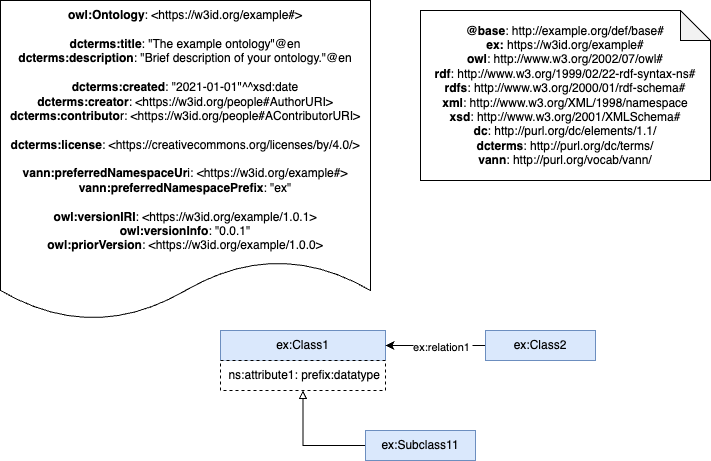
The draw.io diagram diagrams/diagram.png in STICS-UPM/Ontology-Metadata, before a commit. Source tidied: cells renumbered, new cells last; positions are measured from the earlier drawing's top-left corner, leaving out a move shared by most shapes.
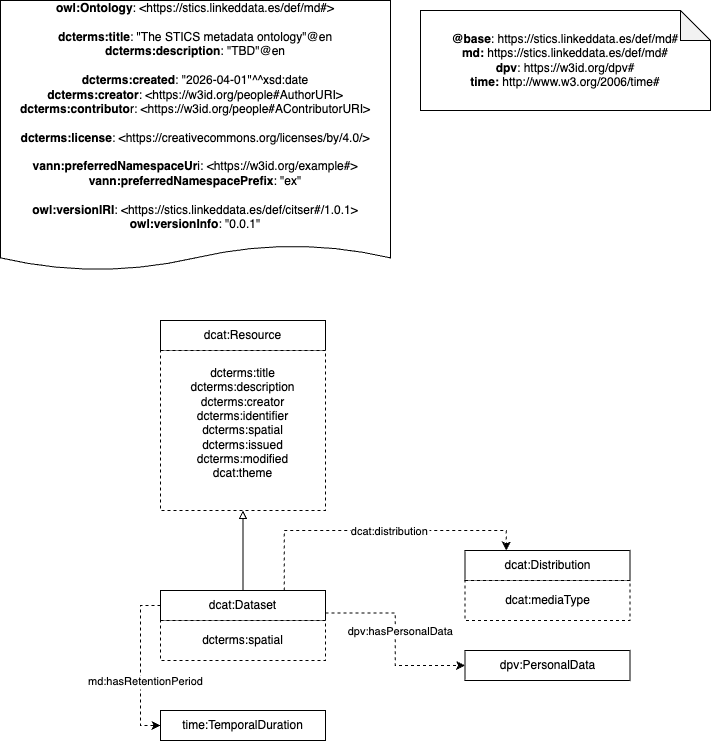
After the change.

Diff of the diagram source:
```diff
@@ -2,34 +2,62 @@
   <root>
     <mxCell id="0" />
     <mxCell id="1" parent="0" />
-    <mxCell id="2" value="ex:Class1" style="rounded=0;whiteSpace=wrap;html=1;fillColor=#dae8fc;strokeColor=#6c8ebf;" parent="1" vertex="1">
-      <mxGeometry x="220" y="330" width="165" height="30" as="geometry" />
+    <mxCell id="2" value="dcat:Resource" style="rounded=0;whiteSpace=wrap;html=1;" parent="1" vertex="1">
+      <mxGeometry x="160" y="320" width="165" height="30" as="geometry" />
     </mxCell>
-    <mxCell id="3" style="edgeStyle=orthogonalEdgeStyle;rounded=0;jettySize=auto;html=1;exitX=0;exitY=0.5;exitDx=0;exitDy=0;entryX=1;entryY=0.5;entryDx=0;entryDy=0;endArrow=classic;endFill=1;" parent="1" edge="1" source="5" target="2">
+    <mxCell id="3" style="edgeStyle=orthogonalEdgeStyle;rounded=0;jettySize=auto;html=1;entryX=0.5;entryY=1;entryDx=0;entryDy=0;endArrow=block;endFill=0;" parent="1" edge="1" source="7" target="4">
       <mxGeometry relative="1" as="geometry" />
     </mxCell>
-    <mxCell id="4" value="ex:relation1" style="edgeLabel;align=center;verticalAlign=middle;points=[];" parent="3" vertex="1">
-      <mxGeometry x="0.23" y="1" relative="1" as="geometry">
-        <mxPoint x="17" as="offset" />
-      </mxGeometry>
+    <mxCell id="4" value="dcterms:title&lt;div&gt;dcterms:description&lt;br&gt;&lt;/div&gt;&lt;div&gt;&lt;span style=&quot;background-color: initial;&quot;&gt;dcterms&lt;/span&gt;:creator&lt;/div&gt;&lt;div&gt;dcterms:identifier&lt;/div&gt;&lt;div&gt;dcterms:spatial&lt;/div&gt;&lt;div&gt;dcterms:issued&lt;/div&gt;&lt;div&gt;dcterms:modified&lt;/div&gt;&lt;div&gt;dcat:theme&lt;/div&gt;&lt;div&gt;&lt;br&gt;&lt;/div&gt;" style="rounded=0;whiteSpace=wrap;html=1;snapToPoint=1;points=[[0.1,0],[0.2,0],[0.3,0],[0.4,0],[0.5,0],[0.6,0],[0.7,0],[0.8,0],[0.9,0],[0,0.1],[0,0.3],[0,0.5],[0,0.7],[0,0.9],[0.1,1],[0.2,1],[0.3,1],[0.4,1],[0.5,1],[0.6,1],[0.7,1],[0.8,1],[0.9,1],[1,0.1],[1,0.3],[1,0.5],[1,0.7],[1,0.9]];dashed=1;" parent="1" vertex="1">
+      <mxGeometry x="160" y="350" width="165" height="160" as="geometry" />
     </mxCell>
-    <mxCell id="5" value="ex:Class2" style="rounded=0;whiteSpace=wrap;html=1;fillColor=#dae8fc;strokeColor=#6c8ebf;" parent="1" vertex="1">
-      <mxGeometry x="485" y="330" width="110" height="30" as="geometry" />
+    <mxCell id="5" value="&lt;div&gt;&lt;b style=&quot;border-color: var(--border-color);&quot;&gt;owl:Ontology&lt;/b&gt;: &amp;lt;https://stics.linkeddata.es/def/md#&amp;gt;&lt;b&gt;&lt;br&gt;&lt;/b&gt;&lt;/div&gt;&lt;div&gt;&lt;b&gt;&lt;br&gt;&lt;/b&gt;&lt;/div&gt;&lt;div&gt;&lt;span style=&quot;background-color: light-dark(rgb(255, 255, 255), rgb(18, 18, 18));&quot;&gt;&lt;b&gt;dcterms&lt;/b&gt;&lt;/span&gt;&lt;b&gt;:title&lt;/b&gt;: &quot;The STICS metadata ontology&quot;@en &lt;br&gt;&lt;b&gt;dcterms&lt;/b&gt;&lt;b&gt;:description&lt;/b&gt;: &quot;TBD&quot;@en &lt;br&gt;&lt;br&gt;&lt;b&gt;dcterms&lt;/b&gt;&lt;b&gt;:created&lt;/b&gt;: &quot;2026-04-01&quot;^^xsd:date &lt;br&gt;&lt;b&gt;dcterms&lt;/b&gt;&lt;b&gt;:creator&lt;/b&gt;: &amp;lt;https://w3id.org/people#AuthorURI&amp;gt;&lt;br&gt;&lt;b&gt;dcterms&lt;/b&gt;&lt;b&gt;:contributo&lt;/b&gt;r: &amp;lt;https://w3id.org/people#AContributorURI&amp;gt;&lt;br&gt;&lt;br&gt;&lt;b&gt;dcterms&lt;/b&gt;&lt;b&gt;:license&lt;/b&gt;: &amp;lt;https://creativecommons.org/licenses/by/4.0/&amp;gt;&lt;br&gt;&lt;/div&gt;&lt;div&gt;&lt;br&gt;&lt;/div&gt;&lt;div&gt;&lt;b&gt;vann:preferredNamespaceUr&lt;/b&gt;i: &amp;lt;https://w3id.org/example#&amp;gt;&lt;br&gt;&lt;b&gt;vann:preferredNamespacePrefix&lt;/b&gt;: &quot;ex&quot; &lt;br&gt;&lt;br&gt;&lt;b&gt;owl:versionIRI&lt;/b&gt;: &amp;lt;https://stics.linkeddata.es/def/citser#/1.0.1&amp;gt;&lt;br&gt;&lt;b&gt;owl:versionInfo&lt;/b&gt;: &quot;0.0.1&quot;&lt;br&gt;&lt;br&gt;&lt;/div&gt;" style="shape=document;whiteSpace=wrap;html=1;boundedLbl=1;labelBackgroundColor=#ffffff;strokeColor=#000000;fontSize=12;fontColor=#000000;size=0.09375;" parent="1" vertex="1">
+      <mxGeometry width="390" height="270" as="geometry" />
     </mxCell>
-    <mxCell id="6" style="edgeStyle=orthogonalEdgeStyle;rounded=0;jettySize=auto;html=1;exitX=0;exitY=0.5;exitDx=0;exitDy=0;entryX=0.5;entryY=1;entryDx=0;entryDy=0;endArrow=block;endFill=0;" parent="1" edge="1" source="7" target="9">
-      <mxGeometry relative="1" as="geometry" />
+    <mxCell id="6" value="&lt;div&gt;&lt;b&gt;@base&lt;/b&gt;:&amp;nbsp;&lt;span style=&quot;background-color: rgb(255, 255, 255);&quot;&gt;https://stics.linkeddata.es/def/md#&lt;/span&gt;&lt;/div&gt;&lt;div style=&quot;&quot;&gt;&lt;b&gt;md:&lt;/b&gt;&amp;nbsp;&lt;span style=&quot;background-color: rgb(255, 255, 255);&quot;&gt;https://stics.linkeddata.es/def/md#&lt;/span&gt;&lt;/div&gt;&lt;div style=&quot;&quot;&gt;&lt;span style=&quot;background-color: rgb(255, 255, 255);&quot;&gt;&lt;b&gt;dpv&lt;/b&gt;:&amp;nbsp;&lt;/span&gt;&lt;span style=&quot;background-color: initial;&quot;&gt;https://w3id.org/dpv#&lt;/span&gt;&lt;/div&gt;&lt;div style=&quot;&quot;&gt;&lt;b&gt;time:&lt;/b&gt;&amp;nbsp;&lt;span style=&quot;background-color: initial;&quot;&gt;http://www.w3.org/2006/time#&lt;/span&gt;&lt;span style=&quot;background-color: rgb(255, 255, 255);&quot;&gt;&lt;br&gt;&lt;/span&gt;&lt;/div&gt;" style="shape=note;whiteSpace=wrap;html=1;backgroundOutline=1;darkOpacity=0.05;" parent="1" vertex="1">
+      <mxGeometry x="420" y="10" width="290" height="100" as="geometry" />
     </mxCell>
-    <mxCell id="7" value="ex:Subclass11" style="rounded=0;whiteSpace=wrap;html=1;fillColor=#dae8fc;strokeColor=#6c8ebf;" parent="1" vertex="1">
-      <mxGeometry x="365" y="430" width="110" height="30" as="geometry" />
+    <mxCell id="7" value="dcat:Dataset" style="rounded=0;whiteSpace=wrap;html=1;" parent="1" vertex="1">
+      <mxGeometry x="160" y="590" width="165" height="30" as="geometry" />
     </mxCell>
-    <mxCell id="8" value="&lt;div&gt;&lt;b style=&quot;border-color: var(--border-color);&quot;&gt;owl:Ontology&lt;/b&gt;: &amp;lt;https://w3id.org/example#&amp;gt;&lt;b&gt;&lt;br&gt;&lt;/b&gt;&lt;/div&gt;&lt;div&gt;&lt;b&gt;&lt;br&gt;&lt;/b&gt;&lt;/div&gt;&lt;div&gt;&lt;span style=&quot;background-color: light-dark(rgb(255, 255, 255), rgb(18, 18, 18));&quot;&gt;&lt;b&gt;dcterms&lt;/b&gt;&lt;/span&gt;&lt;b&gt;:title&lt;/b&gt;: &quot;The example ontology&quot;@en &lt;br&gt;&lt;b&gt;dcterms&lt;/b&gt;&lt;b&gt;:description&lt;/b&gt;: &quot;Brief description of your ontology.&quot;@en &lt;br&gt;&lt;br&gt;&lt;b&gt;dcterms&lt;/b&gt;&lt;b&gt;:created&lt;/b&gt;: &quot;2021-01-01&quot;^^xsd:date &lt;br&gt;&lt;b&gt;dcterms&lt;/b&gt;&lt;b&gt;:creator&lt;/b&gt;: &amp;lt;https://w3id.org/people#AuthorURI&amp;gt;&lt;br&gt;&lt;b&gt;dcterms&lt;/b&gt;&lt;b&gt;:contributo&lt;/b&gt;r: &amp;lt;https://w3id.org/people#AContributorURI&amp;gt;&lt;br&gt;&lt;br&gt;&lt;b&gt;dcterms&lt;/b&gt;&lt;b&gt;:license&lt;/b&gt;: &amp;lt;https://creativecommons.org/licenses/by/4.0/&amp;gt;&lt;br&gt;&lt;/div&gt;&lt;div&gt;&lt;br&gt;&lt;/div&gt;&lt;div&gt;&lt;b&gt;vann:preferredNamespaceUr&lt;/b&gt;i: &amp;lt;https://w3id.org/example#&amp;gt;&lt;br&gt;&lt;b&gt;vann:preferredNamespacePrefix&lt;/b&gt;: &quot;ex&quot; &lt;br&gt;&lt;br&gt;&lt;b&gt;owl:versionIRI&lt;/b&gt;: &amp;lt;https://w3id.org/example/1.0.1&amp;gt;&lt;br&gt;&lt;b&gt;owl:versionInfo&lt;/b&gt;: &quot;0.0.1&quot;&lt;br&gt;&lt;b&gt;owl:priorVersion&lt;/b&gt;: &amp;lt;https://w3id.org/example/1.0.0&amp;gt;&lt;br&gt;&lt;/div&gt;" style="shape=document;whiteSpace=wrap;html=1;boundedLbl=1;labelBackgroundColor=#ffffff;strokeColor=#000000;fontSize=12;fontColor=#000000;size=0.1875;" parent="1" vertex="1">
-      <mxGeometry width="370" height="320" as="geometry" />
+    <mxCell id="8" value="&lt;div&gt;dcterms:spatial&lt;/div&gt;" style="rounded=0;whiteSpace=wrap;html=1;dashed=1;" parent="1" vertex="1">
+      <mxGeometry x="160" y="620" width="165" height="40" as="geometry" />
     </mxCell>
-    <mxCell id="9" value="&amp;nbsp;ns:attribute1: prefix:datatype" style="rounded=0;whiteSpace=wrap;html=1;snapToPoint=1;points=[[0.1,0],[0.2,0],[0.3,0],[0.4,0],[0.5,0],[0.6,0],[0.7,0],[0.8,0],[0.9,0],[0,0.1],[0,0.3],[0,0.5],[0,0.7],[0,0.9],[0.1,1],[0.2,1],[0.3,1],[0.4,1],[0.5,1],[0.6,1],[0.7,1],[0.8,1],[0.9,1],[1,0.1],[1,0.3],[1,0.5],[1,0.7],[1,0.9]];dashed=1;" parent="1" vertex="1">
-      <mxGeometry x="220" y="360" width="165" height="30" as="geometry" />
+    <mxCell id="9" value="dcat:Distribution" style="rounded=0;whiteSpace=wrap;html=1;" parent="1" vertex="1">
+      <mxGeometry x="464.5" y="550" width="165" height="30" as="geometry" />
     </mxCell>
-    <mxCell id="10" value="&lt;div&gt;&lt;b&gt;@base&lt;/b&gt;: http://example.org/def/base#&lt;/div&gt;&lt;div style=&quot;&quot;&gt;&lt;b&gt;ex:&lt;/b&gt;&amp;nbsp;&lt;span style=&quot;background-color: rgb(255, 255, 255);&quot;&gt;https://w3id.org/example#&lt;/span&gt;&lt;br&gt;&lt;/div&gt;&lt;div&gt;&lt;div style=&quot;&quot;&gt;&lt;b&gt;owl&lt;/b&gt;: http://www.w3.org/2002/07/owl#&lt;/div&gt;&lt;div&gt;&lt;b&gt;rdf&lt;/b&gt;: http://www.w3.org/1999/02/22-rdf-syntax-ns#&lt;/div&gt;&lt;div&gt;&lt;b&gt;rdfs&lt;/b&gt;: http://www.w3.org/2000/01/rdf-schema#&lt;/div&gt;&lt;div&gt;&lt;b&gt;xml&lt;/b&gt;: http://www.w3.org/XML/1998/namespace&lt;/div&gt;&lt;div&gt;&lt;b&gt;xsd&lt;/b&gt;: http://www.w3.org/2001/XMLSchema#&lt;/div&gt;&lt;div&gt;&lt;b&gt;dc&lt;/b&gt;: http://purl.org/dc/elements/1.1/&lt;/div&gt;&lt;div&gt;&lt;b&gt;dcterms&lt;/b&gt;: http://purl.org/dc/terms/&lt;/div&gt;&lt;div&gt;&lt;b&gt;vann&lt;/b&gt;: http://purl.org/vocab/vann/&lt;/div&gt;&lt;/div&gt;" style="shape=note;whiteSpace=wrap;html=1;backgroundOutline=1;darkOpacity=0.05;" parent="1" vertex="1">
-      <mxGeometry x="420" y="10" width="290" height="170" as="geometry" />
+    <mxCell id="10" value="&lt;div&gt;dcat:mediaType&lt;/div&gt;" style="rounded=0;whiteSpace=wrap;html=1;dashed=1;" parent="1" vertex="1">
+      <mxGeometry x="464.5" y="580" width="165" height="40" as="geometry" />
     </mxCell>
+    <mxCell id="11" style="edgeStyle=orthogonalEdgeStyle;rounded=0;jettySize=auto;html=1;exitX=0.75;exitY=0;exitDx=0;exitDy=0;entryX=0.25;entryY=0;entryDx=0;entryDy=0;endArrow=classic;endFill=1;dashed=1;" parent="1" edge="1" source="7" target="9">
+      <mxGeometry relative="1" as="geometry" />
+    </mxCell>
+    <mxCell id="12" value="dcat:distribution" style="edgeLabel;align=center;verticalAlign=middle;" parent="11" vertex="1">
+      <mxGeometry x="0.23" y="1" relative="1" as="geometry">
+        <mxPoint x="-21" y="1" as="offset" />
+      </mxGeometry>
+    </mxCell>
+    <mxCell id="13" style="edgeStyle=orthogonalEdgeStyle;rounded=0;jettySize=auto;html=1;exitX=1;exitY=0.75;exitDx=0;exitDy=0;endArrow=classic;endFill=1;entryX=0;entryY=0.5;entryDx=0;entryDy=0;dashed=1;" parent="1" edge="1" source="7" target="15">
+      <mxGeometry relative="1" as="geometry" />
+    </mxCell>
+    <mxCell id="14" value="dpv:hasPersonalData" style="edgeLabel;align=center;verticalAlign=middle;" parent="13" vertex="1">
+      <mxGeometry x="0.23" y="1" relative="1" as="geometry">
+        <mxPoint x="4" y="-31" as="offset" />
+      </mxGeometry>
+    </mxCell>
+    <mxCell id="15" value="dpv:PersonalData" style="rounded=0;whiteSpace=wrap;html=1;" parent="1" vertex="1">
+      <mxGeometry x="464.5" y="650" width="165" height="30" as="geometry" />
+    </mxCell>
+    <mxCell id="16" value="time:TemporalDuration" style="rounded=0;whiteSpace=wrap;html=1;" parent="1" vertex="1">
+      <mxGeometry x="160" y="710" width="165" height="30" as="geometry" />
+    </mxCell>
+    <mxCell id="17" style="edgeStyle=orthogonalEdgeStyle;rounded=0;jettySize=auto;html=1;exitX=0;exitY=0.5;exitDx=0;exitDy=0;endArrow=classic;endFill=1;entryX=0;entryY=0.5;entryDx=0;entryDy=0;dashed=1;" parent="1" edge="1" source="7" target="16">
+      <mxGeometry relative="1" as="geometry" />
+    </mxCell>
+    <mxCell id="18" value="md:hasRetentionPeriod" style="edgeLabel;align=center;verticalAlign=middle;" parent="17" vertex="1">
+      <mxGeometry x="0.23" y="1" relative="1" as="geometry">
+        <mxPoint x="4" y="-3" as="offset" />
+      </mxGeometry>
+    </mxCell>
   </root>
 </mxGraphModel>
```
